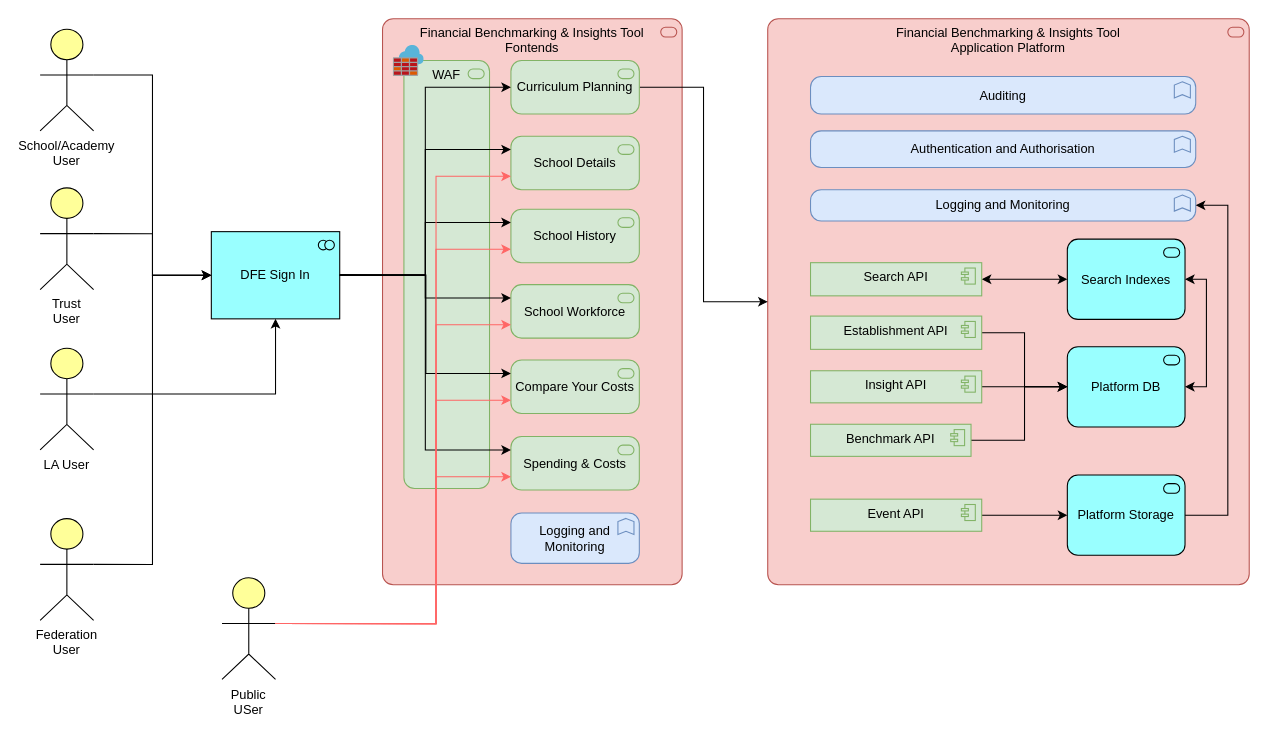
Before: page "Logical Architecture" (4 of 21) of documentation/architecture/Example-Diagrams.drawio in DFE-Digital/education-benchmarking-and-insights, a draw.io diagram. Source tidied: cells renumbered, new cells numbered last; positions are measured from the earlier drawing's top-left corner, leaving out a move shared by most shapes. Both pictures are drawn from the tidied source at 107%, with x=0, y=0 at pixel (40, 18).
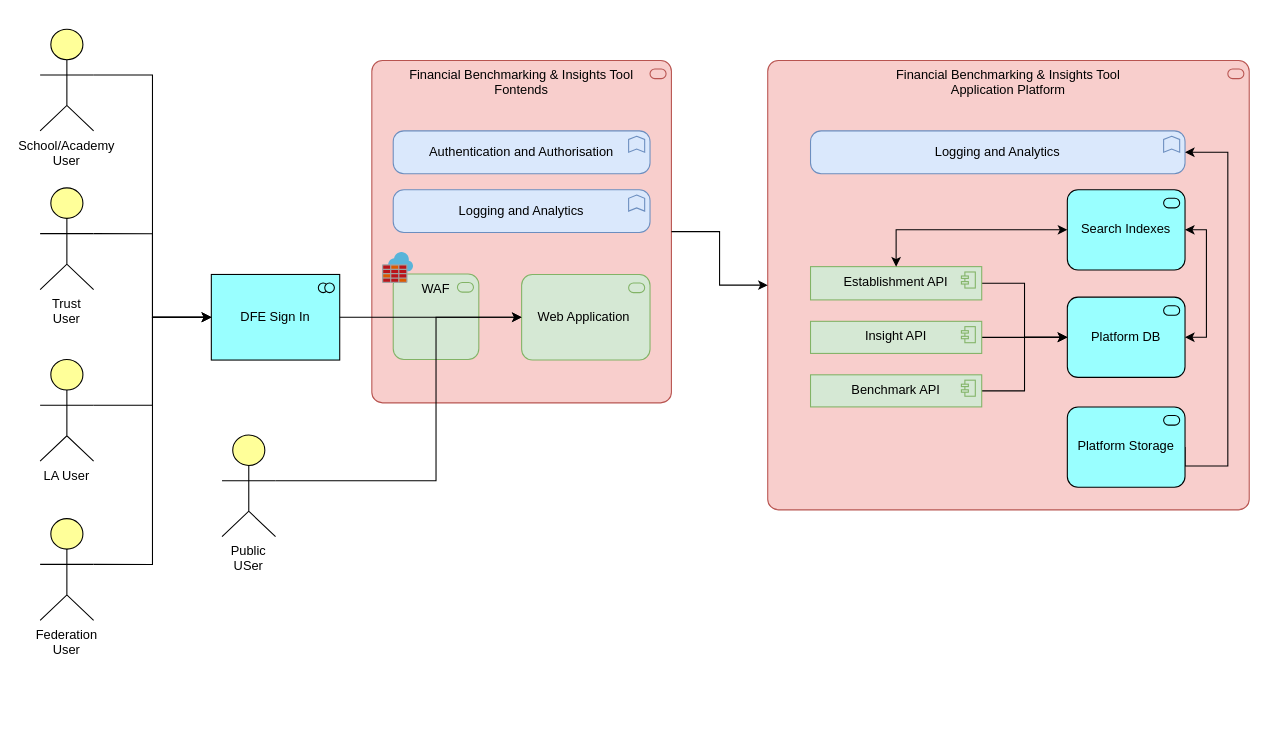
Above is the later version.

Change to the diagram source:
```diff
@@
+    <mxCell id="17" value="Financial Benchmarking &amp;amp; Insights Tool &lt;br&gt;Fontends" style="html=1;outlineConnect=0;whiteSpace=wrap;fillColor=#F8CECC;shape=mxgraph.archimate3.application;appType=serv;archiType=rounded;verticalAlign=top;strokeColor=#b85450;" parent="1" vertex="1">
+      <mxGeometry x="310" y="39" width="280" height="320" as="geometry" />
+    </mxCell>
     <mxCell id="2" value="Financial Benchmarking &amp;amp; Insights Tool&lt;br&gt;Application Platform" style="html=1;outlineConnect=0;whiteSpace=wrap;fillColor=#F8CECC;shape=mxgraph.archimate3.application;appType=serv;archiType=rounded;verticalAlign=top;strokeColor=#b85450;" parent="1" vertex="1">
-      <mxGeometry x="680" width="450" height="529" as="geometry" />
+      <mxGeometry x="680" y="39" width="450" height="420" as="geometry" />
     </mxCell>
-    <mxCell id="3" style="edgeStyle=orthogonalEdgeStyle;rounded=0;jettySize=auto;html=1;exitX=1;exitY=0.5;exitDx=0;exitDy=0;exitPerimeter=0;entryX=0;entryY=0.5;entryDx=0;entryDy=0;entryPerimeter=0;" parent="1" edge="1" source="4" target="16">
-      <mxGeometry relative="1" as="geometry" />
-    </mxCell>
-    <mxCell id="4" value="Event API" style="html=1;outlineConnect=0;whiteSpace=wrap;fillColor=#d5e8d4;shape=mxgraph.archimate3.application;appType=comp;archiType=square;verticalAlign=top;strokeColor=#82b366;" parent="1" vertex="1">
-      <mxGeometry x="720" y="449" width="160" height="30" as="geometry" />
-    </mxCell>
@@
     <mxCell id="6" value="Establishment API" style="html=1;outlineConnect=0;whiteSpace=wrap;fillColor=#d5e8d4;shape=mxgraph.archimate3.application;appType=comp;archiType=square;verticalAlign=top;strokeColor=#82b366;" parent="1" vertex="1">
-      <mxGeometry x="720" y="277.9" width="160" height="31.1" as="geometry" />
+      <mxGeometry x="720" y="231.7" width="160" height="31.1" as="geometry" />
     </mxCell>
@@
     <mxCell id="8" value="Insight API" style="html=1;outlineConnect=0;whiteSpace=wrap;fillColor=#d5e8d4;shape=mxgraph.archimate3.application;appType=comp;archiType=square;verticalAlign=top;strokeColor=#82b366;" parent="1" vertex="1">
-      <mxGeometry x="720" y="329" width="160" height="30" as="geometry" />
+      <mxGeometry x="720" y="282.8" width="160" height="30" as="geometry" />
     </mxCell>
     <mxCell id="9" style="edgeStyle=orthogonalEdgeStyle;rounded=0;jettySize=auto;html=1;exitX=1;exitY=0.5;exitDx=0;exitDy=0;exitPerimeter=0;entryX=0;entryY=0.5;entryDx=0;entryDy=0;entryPerimeter=0;" parent="1" edge="1" source="10" target="11">
       <mxGeometry relative="1" as="geometry">
         <Array as="points">
-          <mxPoint x="920" y="394" />
-          <mxPoint x="920" y="344" />
+          <mxPoint x="920" y="347.8" />
+          <mxPoint x="920" y="297.8" />
         </Array>
       </mxGeometry>
     </mxCell>
     <mxCell id="10" value="Benchmark API" style="html=1;outlineConnect=0;whiteSpace=wrap;fillColor=#d5e8d4;shape=mxgraph.archimate3.application;appType=comp;archiType=square;verticalAlign=top;strokeColor=#82b366;" parent="1" vertex="1">
-      <mxGeometry x="720" y="379" width="150" height="30" as="geometry" />
+      <mxGeometry x="720" y="332.8" width="160" height="30" as="geometry" />
     </mxCell>
     <mxCell id="11" value="Platform DB" style="html=1;outlineConnect=0;whiteSpace=wrap;fillColor=#99ffff;shape=mxgraph.archimate3.application;appType=serv;archiType=rounded;" parent="1" vertex="1">
-      <mxGeometry x="960" y="306.5" width="110" height="75" as="geometry" />
+      <mxGeometry x="960" y="260.2" width="110" height="75" as="geometry" />
     </mxCell>
-    <mxCell id="12" value="Logging and Monitoring" style="html=1;outlineConnect=0;whiteSpace=wrap;fillColor=#dae8fc;shape=mxgraph.archimate3.application;appType=func;archiType=rounded;rotation=0;strokeColor=#6c8ebf;" parent="1" vertex="1">
-      <mxGeometry x="720" y="159.8" width="360" height="29.2" as="geometry" />
+    <mxCell id="12" value="Logging and Analytics" style="html=1;outlineConnect=0;whiteSpace=wrap;fillColor=#dae8fc;shape=mxgraph.archimate3.application;appType=func;archiType=rounded;rotation=0;strokeColor=#6c8ebf;" parent="1" vertex="1">
+      <mxGeometry x="720" y="104.8" width="350" height="40" as="geometry" />
     </mxCell>
     <mxCell id="13" value="Authentication and Authorisation" style="html=1;whiteSpace=wrap;fillColor=#dae8fc;shape=mxgraph.archimate3.application;appType=func;archiType=rounded;rotation=0;strokeColor=#6c8ebf;" parent="1" vertex="1">
-      <mxGeometry x="720" y="104.8" width="360" height="34.2" as="geometry" />
+      <mxGeometry x="330" y="104.8" width="240" height="40" as="geometry" />
     </mxCell>
-    <mxCell id="14" value="Auditing" style="html=1;whiteSpace=wrap;fillColor=#dae8fc;shape=mxgraph.archimate3.application;appType=func;archiType=rounded;rotation=0;strokeColor=#6c8ebf;" parent="1" vertex="1">
-      <mxGeometry x="720" y="54" width="360" height="35" as="geometry" />
-    </mxCell>
     <mxCell id="15" style="edgeStyle=orthogonalEdgeStyle;rounded=0;jettySize=auto;html=1;exitX=1;exitY=0.5;exitDx=0;exitDy=0;exitPerimeter=0;entryX=1;entryY=0.5;entryDx=0;entryDy=0;entryPerimeter=0;" parent="1" edge="1" source="16" target="12">
       <mxGeometry relative="1" as="geometry">
         <Array as="points">
-          <mxPoint x="1110" y="464" />
-          <mxPoint x="1110" y="174" />
+          <mxPoint x="1110" y="418" />
+          <mxPoint x="1110" y="125" />
         </Array>
       </mxGeometry>
     </mxCell>
     <mxCell id="16" value="Platform Storage" style="html=1;outlineConnect=0;whiteSpace=wrap;fillColor=#99ffff;shape=mxgraph.archimate3.application;appType=serv;archiType=rounded;" parent="1" vertex="1">
-      <mxGeometry x="960" y="426.5" width="110" height="75" as="geometry" />
+      <mxGeometry x="960" y="362.8" width="110" height="75" as="geometry" />
     </mxCell>
-    <mxCell id="17" value="Financial Benchmarking &amp;amp; Insights Tool &lt;br&gt;Fontends" style="html=1;outlineConnect=0;whiteSpace=wrap;fillColor=#F8CECC;shape=mxgraph.archimate3.application;appType=serv;archiType=rounded;verticalAlign=top;strokeColor=#b85450;" parent="1" vertex="1">
-      <mxGeometry x="320" width="280" height="529" as="geometry" />
-    </mxCell>
-    <mxCell id="18" style="edgeStyle=orthogonalEdgeStyle;rounded=0;jettySize=auto;html=1;exitX=1;exitY=0.5;exitDx=0;exitDy=0;exitPerimeter=0;entryX=0;entryY=0.5;entryDx=0;entryDy=0;entryPerimeter=0;" parent="1" edge="1" source="19" target="2">
+    <mxCell id="18" style="edgeStyle=orthogonalEdgeStyle;rounded=0;jettySize=auto;html=1;exitX=1;exitY=0.5;exitDx=0;exitDy=0;exitPerimeter=0;entryX=0;entryY=0.5;entryDx=0;entryDy=0;entryPerimeter=0;" parent="1" edge="1" source="17" target="2">
       <mxGeometry relative="1" as="geometry" />
     </mxCell>
-    <mxCell id="19" value="Curriculum Planning" style="html=1;outlineConnect=0;whiteSpace=wrap;fillColor=#d5e8d4;shape=mxgraph.archimate3.application;appType=serv;archiType=rounded;strokeColor=#82b366;" parent="1" vertex="1">
-      <mxGeometry x="440" y="39" width="120" height="50" as="geometry" />
+    <mxCell id="19" value="Web Application&amp;nbsp;" style="html=1;outlineConnect=0;whiteSpace=wrap;fillColor=#d5e8d4;shape=mxgraph.archimate3.application;appType=serv;archiType=rounded;strokeColor=#82b366;" parent="1" vertex="1">
+      <mxGeometry x="450" y="239" width="120" height="80" as="geometry" />
     </mxCell>
-    <mxCell id="20" value="School Details" style="html=1;outlineConnect=0;whiteSpace=wrap;fillColor=#d5e8d4;shape=mxgraph.archimate3.application;appType=serv;archiType=rounded;strokeColor=#82b366;" parent="1" vertex="1">
-      <mxGeometry x="440" y="109.8" width="120" height="50" as="geometry" />
-    </mxCell>
-    <mxCell id="21" value="School History" style="html=1;outlineConnect=0;whiteSpace=wrap;fillColor=#d5e8d4;shape=mxgraph.archimate3.application;appType=serv;archiType=rounded;strokeColor=#82b366;" parent="1" vertex="1">
-      <mxGeometry x="440" y="178" width="120" height="50" as="geometry" />
-    </mxCell>
-    <mxCell id="22" value="Compare Your Costs" style="html=1;outlineConnect=0;whiteSpace=wrap;fillColor=#d5e8d4;shape=mxgraph.archimate3.application;appType=serv;archiType=rounded;strokeColor=#82b366;" parent="1" vertex="1">
-      <mxGeometry x="440" y="319" width="120" height="50" as="geometry" />
-    </mxCell>
-    <mxCell id="23" value="Spending &amp;amp; Costs" style="html=1;outlineConnect=0;whiteSpace=wrap;fillColor=#d5e8d4;shape=mxgraph.archimate3.application;appType=serv;archiType=rounded;strokeColor=#82b366;" parent="1" vertex="1">
-      <mxGeometry x="440" y="390.5" width="120" height="50" as="geometry" />
-    </mxCell>
     <mxCell id="24" value="DFE Sign In" style="html=1;outlineConnect=0;whiteSpace=wrap;fillColor=#99ffff;shape=mxgraph.archimate3.application;appType=collab;archiType=square;" parent="1" vertex="1">
-      <mxGeometry x="160" y="199" width="120" height="81.5" as="geometry" />
+      <mxGeometry x="160" y="239" width="120" height="80" as="geometry" />
     </mxCell>
@@
-    <mxCell id="27" style="edgeStyle=orthogonalEdgeStyle;rounded=0;jettySize=auto;html=1;exitX=1;exitY=0.45;exitDx=0;exitDy=0;exitPerimeter=0;" parent="1" edge="1" source="28" target="24">
+    <mxCell id="27" style="edgeStyle=orthogonalEdgeStyle;rounded=0;jettySize=auto;html=1;exitX=1;exitY=0.45;exitDx=0;exitDy=0;exitPerimeter=0;entryX=0;entryY=0.5;entryDx=0;entryDy=0;entryPerimeter=0;" parent="1" edge="1" source="28" target="24">
       <mxGeometry relative="1" as="geometry" />
     </mxCell>
     <mxCell id="28" value="LA User" style="html=1;outlineConnect=0;whiteSpace=wrap;fillColor=#ffff99;verticalLabelPosition=bottom;verticalAlign=top;align=center;shape=mxgraph.archimate3.actor;" parent="1" vertex="1">
-      <mxGeometry y="307.9" width="50" height="95" as="geometry" />
+      <mxGeometry y="318.5" width="50" height="95" as="geometry" />
     </mxCell>
@@
-    <mxCell id="33" value="Logging and &lt;br&gt;Monitoring" style="html=1;whiteSpace=wrap;fillColor=#dae8fc;shape=mxgraph.archimate3.application;appType=func;archiType=rounded;rotation=0;strokeColor=#6c8ebf;" parent="1" vertex="1">
-      <mxGeometry x="440" y="462" width="120" height="47" as="geometry" />
+    <mxCell id="33" value="Logging and Analytics" style="html=1;whiteSpace=wrap;fillColor=#dae8fc;shape=mxgraph.archimate3.application;appType=func;archiType=rounded;rotation=0;strokeColor=#6c8ebf;" parent="1" vertex="1">
+      <mxGeometry x="330" y="159.8" width="240" height="40" as="geometry" />
     </mxCell>
@@
     <mxCell id="35" value="Search Indexes" style="html=1;outlineConnect=0;whiteSpace=wrap;fillColor=#99ffff;shape=mxgraph.archimate3.application;appType=serv;archiType=rounded;" parent="1" vertex="1">
-      <mxGeometry x="960" y="206" width="110" height="75" as="geometry" />
+      <mxGeometry x="960" y="159.8" width="110" height="75" as="geometry" />
     </mxCell>
-    <mxCell id="36" style="edgeStyle=orthogonalEdgeStyle;rounded=0;jettySize=auto;html=1;exitX=1;exitY=0.5;exitDx=0;exitDy=0;exitPerimeter=0;entryX=0;entryY=0.5;entryDx=0;entryDy=0;entryPerimeter=0;startArrow=classic;startFill=1;" parent="1" edge="1" source="37" target="35">
+    <mxCell id="36" style="edgeStyle=orthogonalEdgeStyle;rounded=0;jettySize=auto;html=1;exitX=0.5;exitY=0;exitDx=0;exitDy=0;exitPerimeter=0;entryX=0;entryY=0.5;entryDx=0;entryDy=0;entryPerimeter=0;startArrow=classic;startFill=1;" parent="1" edge="1" source="6" target="35">
       <mxGeometry relative="1" as="geometry" />
     </mxCell>
-    <mxCell id="37" value="Search API" style="html=1;outlineConnect=0;whiteSpace=wrap;fillColor=#d5e8d4;shape=mxgraph.archimate3.application;appType=comp;archiType=square;verticalAlign=top;strokeColor=#82b366;" parent="1" vertex="1">
-      <mxGeometry x="720" y="228" width="160" height="31" as="geometry" />
-    </mxCell>
+    <mxCell id="44" value="Public USer" style="html=1;outlineConnect=0;whiteSpace=wrap;fillColor=#ffff99;verticalLabelPosition=bottom;verticalAlign=top;align=center;shape=mxgraph.archimate3.actor;" parent="1" vertex="1">
+      <mxGeometry x="170" y="389" width="50" height="95" as="geometry" />
+    </mxCell>
     <mxCell id="38" value="WAF" style="html=1;whiteSpace=wrap;fillColor=#d5e8d4;shape=mxgraph.archimate3.application;appType=serv;archiType=rounded;strokeColor=#82b366;verticalAlign=top;" parent="1" vertex="1">
-      <mxGeometry x="340" y="39" width="80" height="400" as="geometry" />
+      <mxGeometry x="330" y="238.5" width="80" height="80" as="geometry" />
     </mxCell>
+    <mxCell id="42" style="sketch=0;html=1;align=center;image;fontSize=12;image=img/lib/mscae/Azure_Firewall.svg;" parent="1" vertex="1">
+      <mxGeometry x="320" y="218.5" width="29" height="29" as="geometry" />
+    </mxCell>
+    <mxCell id="41" style="edgeStyle=orthogonalEdgeStyle;rounded=0;jettySize=auto;html=1;exitX=1;exitY=0.5;exitDx=0;exitDy=0;exitPerimeter=0;entryX=0;entryY=0.5;entryDx=0;entryDy=0;entryPerimeter=0;" parent="1" edge="1" source="24" target="19">
+      <mxGeometry relative="1" as="geometry" />
+    </mxCell>
-    <mxCell id="39" style="edgeStyle=orthogonalEdgeStyle;rounded=0;jettySize=auto;html=1;exitX=1;exitY=0.5;exitDx=0;exitDy=0;exitPerimeter=0;entryX=0;entryY=0.25;entryDx=0;entryDy=0;entryPerimeter=0;" parent="1" edge="1" source="24" target="20">
+    <mxCell id="39" style="edgeStyle=orthogonalEdgeStyle;rounded=0;jettySize=auto;html=1;exitX=1;exitY=0.45;exitDx=0;exitDy=0;exitPerimeter=0;entryX=0;entryY=0.5;entryDx=0;entryDy=0;entryPerimeter=0;" parent="1" edge="1" source="44" target="19">
       <mxGeometry relative="1" as="geometry">
         <Array as="points">
-          <mxPoint x="300" y="240" />
-          <mxPoint x="360" y="239" />
-          <mxPoint x="360" y="122" />
+          <mxPoint x="370" y="432" />
+          <mxPoint x="370" y="279" />
         </Array>
       </mxGeometry>
     </mxCell>
-    <mxCell id="40" style="edgeStyle=orthogonalEdgeStyle;rounded=0;jettySize=auto;html=1;exitX=1;exitY=0.5;exitDx=0;exitDy=0;exitPerimeter=0;entryX=0;entryY=0.25;entryDx=0;entryDy=0;entryPerimeter=0;" parent="1" edge="1" source="24" target="21">
-      <mxGeometry relative="1" as="geometry" />
-    </mxCell>
-    <mxCell id="41" style="edgeStyle=orthogonalEdgeStyle;rounded=0;jettySize=auto;html=1;exitX=1;exitY=0.5;exitDx=0;exitDy=0;exitPerimeter=0;entryX=0;entryY=0.5;entryDx=0;entryDy=0;entryPerimeter=0;" parent="1" edge="1" source="24" target="19">
-      <mxGeometry relative="1" as="geometry" />
-    </mxCell>
-    <mxCell id="42" style="sketch=0;html=1;align=center;image;fontSize=12;image=img/lib/mscae/Azure_Firewall.svg;" parent="1" vertex="1">
-      <mxGeometry x="330" y="25" width="29" height="29" as="geometry" />
-    </mxCell>
-    <mxCell id="43" style="edgeStyle=orthogonalEdgeStyle;rounded=0;jettySize=auto;html=1;exitX=1;exitY=0.45;exitDx=0;exitDy=0;exitPerimeter=0;entryX=0;entryY=0.75;entryDx=0;entryDy=0;entryPerimeter=0;strokeColor=#FF6666;" parent="1" edge="1" source="44" target="20">
-      <mxGeometry relative="1" as="geometry">
-        <Array as="points">
-          <mxPoint x="370" y="565" />
-          <mxPoint x="370" y="147" />
-        </Array>
-      </mxGeometry>
-    </mxCell>
-    <mxCell id="44" value="Public USer" style="html=1;outlineConnect=0;whiteSpace=wrap;fillColor=#ffff99;verticalLabelPosition=bottom;verticalAlign=top;align=center;shape=mxgraph.archimate3.actor;" parent="1" vertex="1">
-      <mxGeometry x="170" y="522.5" width="50" height="95" as="geometry" />
-    </mxCell>
-    <mxCell id="45" value="School Workforce" style="html=1;outlineConnect=0;whiteSpace=wrap;fillColor=#d5e8d4;shape=mxgraph.archimate3.application;appType=serv;archiType=rounded;strokeColor=#82b366;" parent="1" vertex="1">
-      <mxGeometry x="440" y="248.5" width="120" height="50" as="geometry" />
-    </mxCell>
-    <mxCell id="46" style="edgeStyle=orthogonalEdgeStyle;rounded=0;jettySize=auto;html=1;entryX=0;entryY=0.25;entryDx=0;entryDy=0;entryPerimeter=0;exitX=1;exitY=0.5;exitDx=0;exitDy=0;exitPerimeter=0;" parent="1" edge="1" source="24" target="45">
-      <mxGeometry relative="1" as="geometry">
-        <Array as="points">
-          <mxPoint x="360" y="240" />
-          <mxPoint x="360" y="261" />
-        </Array>
-      </mxGeometry>
-    </mxCell>
-    <mxCell id="47" style="edgeStyle=orthogonalEdgeStyle;rounded=0;jettySize=auto;html=1;entryX=0;entryY=0.25;entryDx=0;entryDy=0;entryPerimeter=0;" parent="1" edge="1" target="22">
-      <mxGeometry relative="1" as="geometry">
-        <mxPoint x="280" y="239" as="sourcePoint" />
-      </mxGeometry>
-    </mxCell>
-    <mxCell id="48" style="edgeStyle=orthogonalEdgeStyle;rounded=0;jettySize=auto;html=1;entryX=0;entryY=0.25;entryDx=0;entryDy=0;entryPerimeter=0;exitX=1;exitY=0.5;exitDx=0;exitDy=0;exitPerimeter=0;" parent="1" edge="1" source="24" target="23">
-      <mxGeometry relative="1" as="geometry" />
-    </mxCell>
-    <mxCell id="49" style="edgeStyle=orthogonalEdgeStyle;rounded=0;jettySize=auto;html=1;exitX=1;exitY=0.45;exitDx=0;exitDy=0;exitPerimeter=0;entryX=0;entryY=0.75;entryDx=0;entryDy=0;entryPerimeter=0;strokeColor=#FF6666;" parent="1" edge="1" source="44" target="21">
-      <mxGeometry relative="1" as="geometry">
-        <Array as="points">
-          <mxPoint x="370" y="565" />
-          <mxPoint x="370" y="215" />
-        </Array>
-      </mxGeometry>
-    </mxCell>
-    <mxCell id="50" style="edgeStyle=orthogonalEdgeStyle;rounded=0;jettySize=auto;html=1;exitX=1;exitY=0.45;exitDx=0;exitDy=0;exitPerimeter=0;entryX=0;entryY=0.75;entryDx=0;entryDy=0;entryPerimeter=0;strokeColor=#FF6666;" parent="1" edge="1" source="44" target="45">
-      <mxGeometry relative="1" as="geometry">
-        <Array as="points">
-          <mxPoint x="370" y="565" />
-          <mxPoint x="370" y="286" />
-        </Array>
-      </mxGeometry>
-    </mxCell>
-    <mxCell id="51" style="edgeStyle=orthogonalEdgeStyle;rounded=0;jettySize=auto;html=1;entryX=0;entryY=0.75;entryDx=0;entryDy=0;entryPerimeter=0;strokeColor=#FF6666;exitX=1;exitY=0.45;exitDx=0;exitDy=0;exitPerimeter=0;" parent="1" edge="1" source="44" target="22">
-      <mxGeometry relative="1" as="geometry">
-        <Array as="points">
-          <mxPoint x="370" y="565" />
-          <mxPoint x="370" y="357" />
-        </Array>
-      </mxGeometry>
-    </mxCell>
-    <mxCell id="52" style="edgeStyle=orthogonalEdgeStyle;rounded=0;jettySize=auto;html=1;entryX=0;entryY=0.75;entryDx=0;entryDy=0;entryPerimeter=0;strokeColor=#FF6666;exitX=1;exitY=0.45;exitDx=0;exitDy=0;exitPerimeter=0;" parent="1" edge="1" source="44" target="23">
-      <mxGeometry relative="1" as="geometry">
-        <Array as="points">
-          <mxPoint x="370" y="565" />
-          <mxPoint x="370" y="428" />
-        </Array>
-      </mxGeometry>
-    </mxCell>
```
